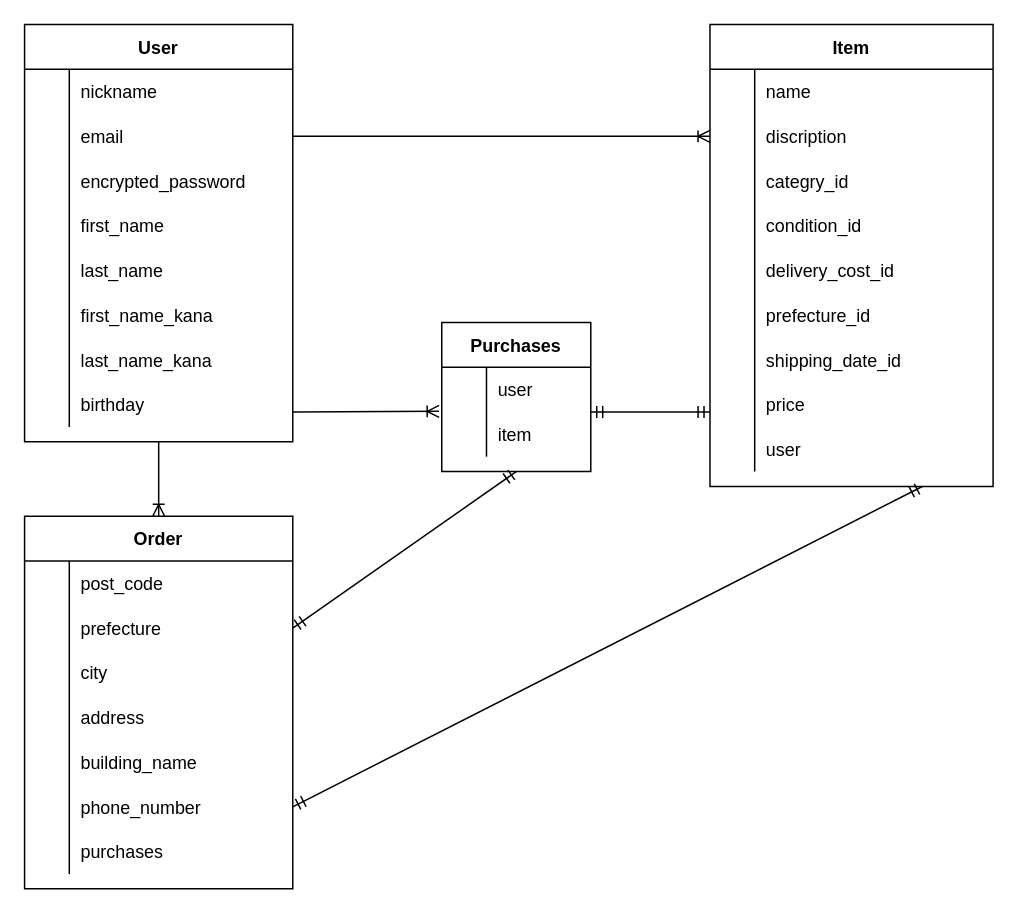
Above: furima.dio in 3tyuuyuu0117/furima-38463 (draw.io), before the change. Source tidied: cells renumbered, new cells numbered last; positions are measured from the earlier drawing's top-left corner, leaving out a move shared by most shapes. Both pictures are drawn from the tidied source at 149%, with x=0, y=0 at pixel (24, 24).
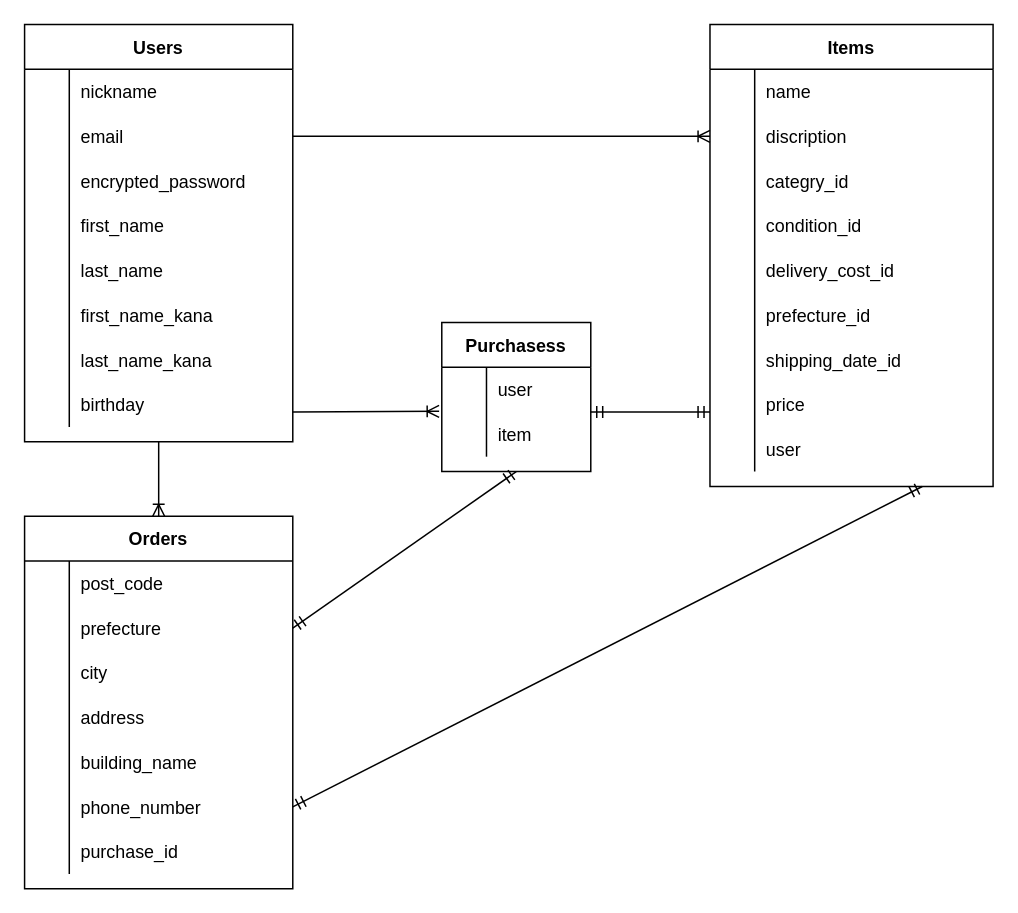
The same diagram, later.

Unchanged cells that the change refers to:
```xml
<mxCell id="74" style="shape=partialRectangle;fillColor=none;top=0;left=0;bottom=0;right=0;" parent="55" vertex="1">
  <mxGeometry y="210" width="180" height="30" as="geometry" />
</mxCell>
```

Change to the diagram source:
```diff
@@
-    <mxCell id="2" value="User" style="shape=table;startSize=30;childLayout=tableLayout;rowLines=0;fontStyle=1;align=center;" parent="1" vertex="1">
+    <mxCell id="2" value="Users" style="shape=table;startSize=30;childLayout=tableLayout;rowLines=0;fontStyle=1;align=center;" parent="1" vertex="1">
       <mxGeometry width="180" height="280" as="geometry" />
     </mxCell>
@@
-    <mxCell id="27" value="Item" style="shape=table;startSize=30;childLayout=tableLayout;rowLines=0;fontStyle=1;align=center;" parent="1" vertex="1">
+    <mxCell id="27" value="Items" style="shape=table;startSize=30;childLayout=tableLayout;rowLines=0;fontStyle=1;align=center;" parent="1" vertex="1">
       <mxGeometry x="460" width="190" height="310" as="geometry" />
     </mxCell>
@@
-    <mxCell id="55" value="Order" style="shape=table;startSize=30;childLayout=tableLayout;rowLines=0;fontStyle=1;align=center;" parent="1" vertex="1">
+    <mxCell id="55" value="Orders" style="shape=table;startSize=30;childLayout=tableLayout;rowLines=0;fontStyle=1;align=center;" parent="1" vertex="1">
       <mxGeometry y="330" width="180" height="250" as="geometry" />
     </mxCell>
@@
-    <mxCell id="76" value="purchases" style="shape=partialRectangle;fillColor=none;top=0;left=0;bottom=0;right=0;align=left;spacingLeft=6;overflow=hidden;" parent="74" vertex="1">
+    <mxCell id="76" value="purchase_id" style="shape=partialRectangle;fillColor=none;top=0;left=0;bottom=0;right=0;align=left;spacingLeft=6;overflow=hidden;" parent="74" vertex="1">
       <mxGeometry x="30" width="150" height="30" as="geometry" />
     </mxCell>
@@
-    <mxCell id="80" value="Purchases" style="shape=table;startSize=30;childLayout=tableLayout;rowLines=0;fontStyle=1;align=center;" parent="1" vertex="1">
+    <mxCell id="80" value="Purchasess" style="shape=table;startSize=30;childLayout=tableLayout;rowLines=0;fontStyle=1;align=center;" parent="1" vertex="1">
       <mxGeometry x="280" y="200" width="100" height="100" as="geometry" />
     </mxCell>
```
